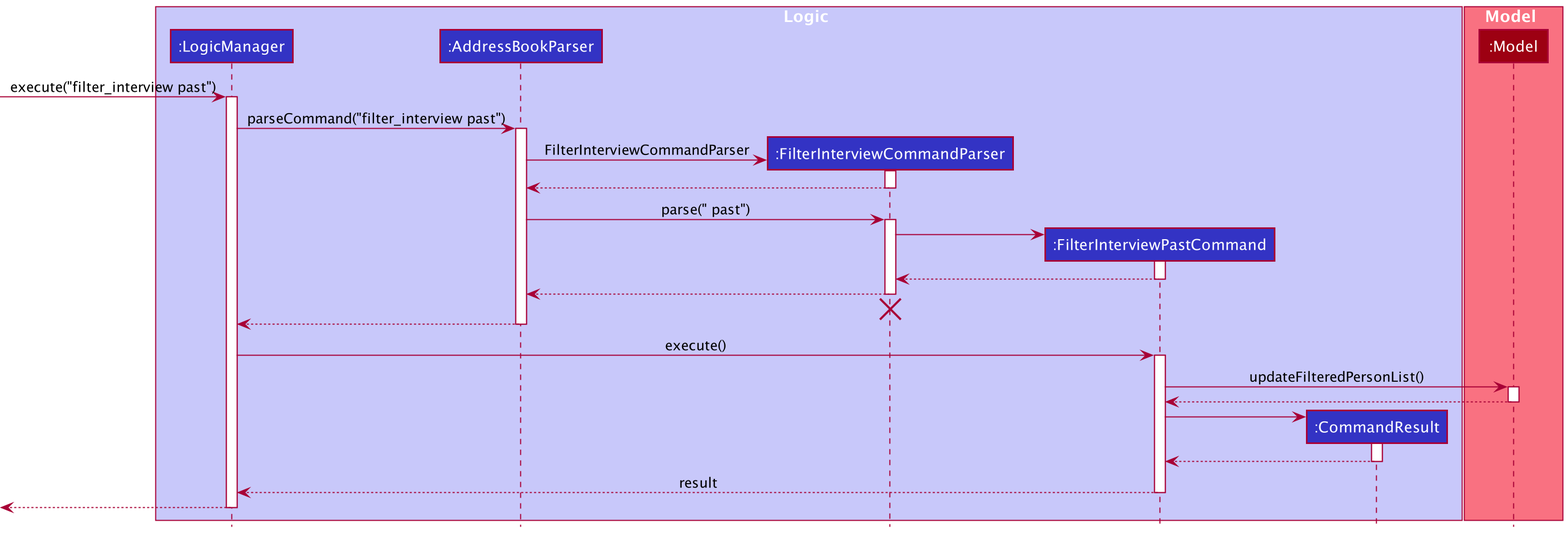
Before: docs/images/FilterInterviewCommandSequenceDiagram.png, a diagram exported from PlantUML (nus-cs2103-AY2122S1/tp).
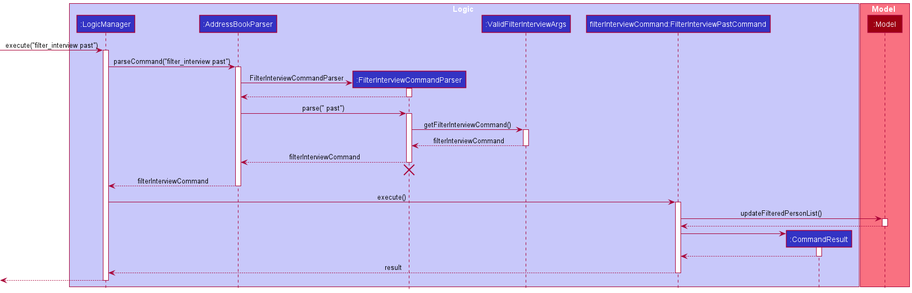
Later version of the same file.

Commit message:
Edit Filter Interview Command in DG

Diff of the diagram source:
```diff
@@ -5,7 +5,8 @@
 participant ":LogicManager" as LogicManager LOGIC_COLOR
 participant ":AddressBookParser" as AddressBookParser LOGIC_COLOR
 participant ":FilterInterviewCommandParser" as FilterInterviewCommandParser LOGIC_COLOR
-participant ":FilterInterviewPastCommand" as FilterInterviewPastCommand LOGIC_COLOR
+participant ":ValidFilterInterviewArgs" as ValidInterviewArgs LOGIC_COLOR
+participant "filterInterviewCommand:FilterInterviewPastCommand" as FilterInterviewPastCommand LOGIC_COLOR
 participant ":CommandResult" as CommandResult LOGIC_COLOR
 end box
 
@@ -27,25 +28,23 @@
 activate FilterInterviewCommandParser
 
 FilterInterviewCommandParser --> AddressBookParser
-
 deactivate FilterInterviewCommandParser
 
 AddressBookParser -> FilterInterviewCommandParser : parse(" past")
 activate FilterInterviewCommandParser
 
-create FilterInterviewPastCommand
-FilterInterviewCommandParser -> FilterInterviewPastCommand
-activate FilterInterviewPastCommand
+FilterInterviewCommandParser -> ValidInterviewArgs : getFilterInterviewCommand()
+activate ValidInterviewArgs
 
-FilterInterviewPastCommand --> FilterInterviewCommandParser :
-deactivate FilterInterviewPastCommand
+ValidInterviewArgs --> FilterInterviewCommandParser : filterInterviewCommand
+deactivate ValidInterviewArgs
 
-FilterInterviewCommandParser --> AddressBookParser :
+FilterInterviewCommandParser --> AddressBookParser : filterInterviewCommand
 deactivate FilterInterviewCommandParser
 FilterInterviewCommandParser -[hidden]-> AddressBookParser:
 destroy FilterInterviewCommandParser
 
-AddressBookParser --> LogicManager :
+AddressBookParser --> LogicManager : filterInterviewCommand
 deactivate AddressBookParser
 
 LogicManager -> FilterInterviewPastCommand : execute()
```
